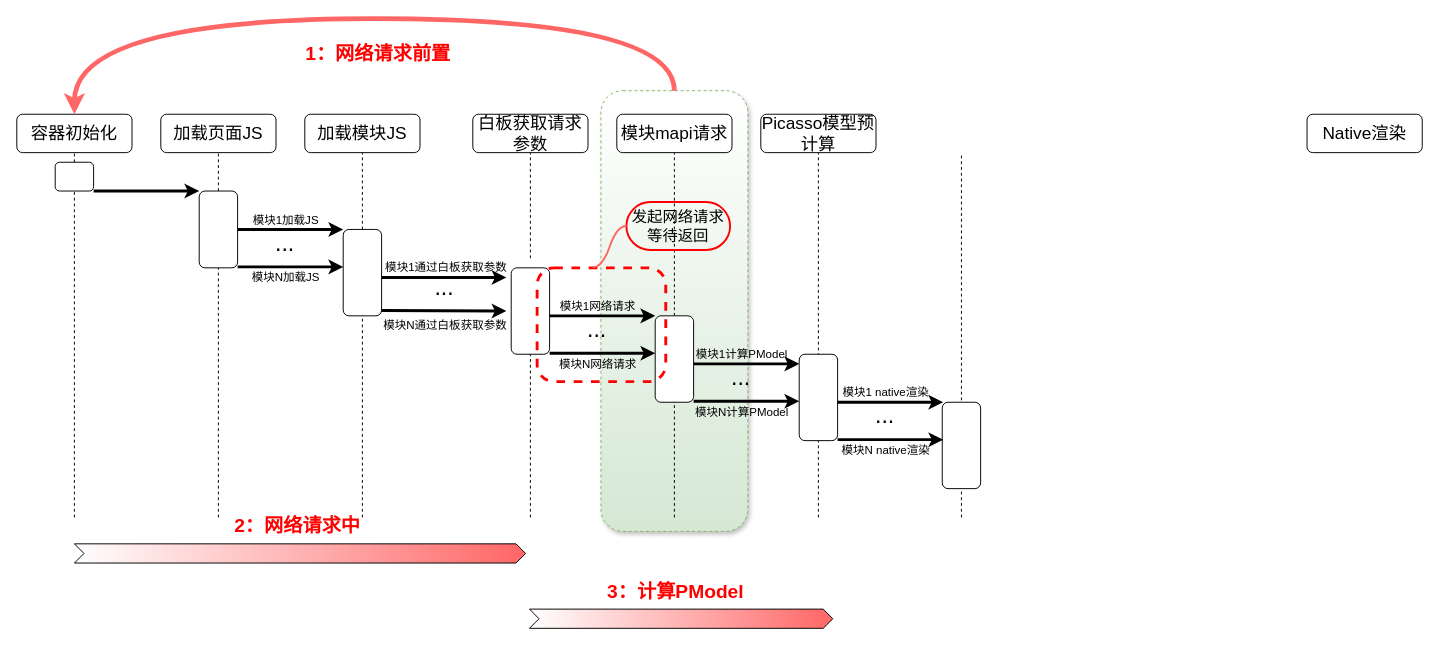
The draw.io diagram page "第 7 页" (8 of 17) of 频道首页执行流程.drawio in hpk1994/shophome, before the edit. Source tidied: cells renumbered, new cells numbered last; positions are measured from the earlier drawing's top-left corner, leaving out a move shared by most shapes. Both pictures are drawn from the tidied source at 96%, with x=0, y=0 at pixel (16, -3).
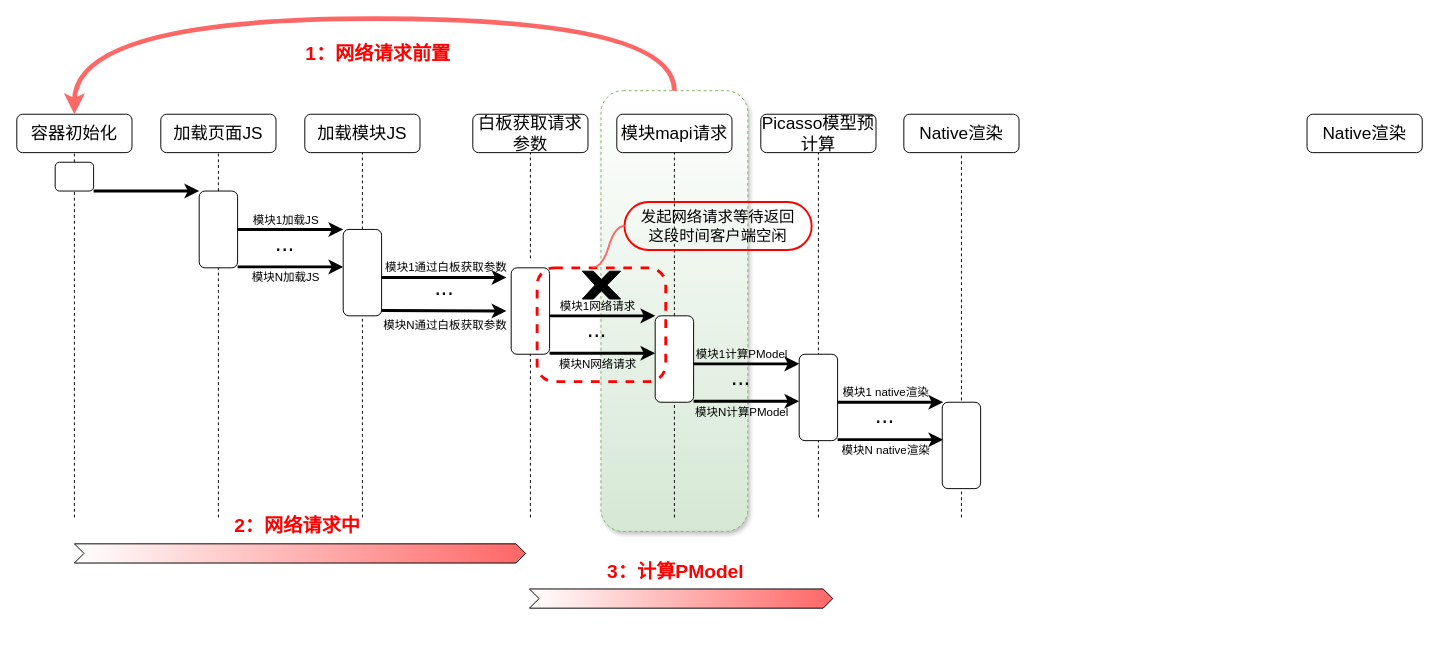
The same diagram, later.

What changed in the source:
```diff
@@
     <mxCell id="58" style="html=1;shadow=0;dashed=0;align=center;verticalAlign=middle;shape=mxgraph.arrows2.arrow;dy=0;dx=10;notch=10;strokeColor=#000000;fillColor=#FF6666;gradientColor=#ffffff;fontSize=16;gradientDirection=west;" parent="1" vertex="1">
-      <mxGeometry x="534" y="637" width="316" height="20" as="geometry" />
+      <mxGeometry x="534" y="616" width="316" height="20" as="geometry" />
     </mxCell>
@@
     <mxCell id="60" value="&lt;b&gt;&lt;font color=&quot;#ff0000&quot; style=&quot;font-size: 20px&quot;&gt;3：计算PModel&lt;/font&gt;&lt;/b&gt;" style="text;html=1;align=center;verticalAlign=middle;fontSize=16;" parent="1" vertex="1">
-      <mxGeometry x="610" y="605" width="152" height="25" as="geometry" />
+      <mxGeometry x="610" y="584" width="152" height="25" as="geometry" />
     </mxCell>
@@
-    <mxCell id="63" value="发起网络请求&lt;br&gt;等待返回" style="whiteSpace=wrap;html=1;rounded=1;arcSize=50;align=center;verticalAlign=middle;strokeWidth=2;spacing=4;shadow=0;fillColor=none;gradientColor=#ffffff;fontSize=16;strokeColor=#FF0000;" parent="1" vertex="1" collapsed="1">
-      <mxGeometry x="635" y="213" width="108" height="50" as="geometry" />
+    <mxCell id="63" value="&lt;span style=&quot;white-space: normal&quot;&gt;发起网络请求等待返回&lt;/span&gt;&lt;br style=&quot;white-space: normal&quot;&gt;&lt;span style=&quot;white-space: normal&quot;&gt;这段时间客户端空闲&lt;/span&gt;" style="whiteSpace=wrap;html=1;rounded=1;arcSize=50;align=center;verticalAlign=middle;strokeWidth=2;spacing=4;shadow=0;fillColor=none;gradientColor=#ffffff;fontSize=16;strokeColor=#FF0000;" parent="1" vertex="1" collapsed="1">
+      <mxGeometry x="633" y="213" width="195" height="50" as="geometry" />
     </mxCell>
@@
+    <mxCell id="65" value="&lt;span style=&quot;font-size: 18px&quot;&gt;Native渲染&lt;/span&gt;" style="rounded=1;whiteSpace=wrap;html=1;" parent="1" vertex="1">
+      <mxGeometry x="924" y="121.5" width="120" height="40" as="geometry" />
+    </mxCell>
+    <mxCell id="66" style="verticalLabelPosition=bottom;verticalAlign=top;html=1;shape=mxgraph.basic.x;fillColor=#000000;" parent="1" vertex="1">
+      <mxGeometry x="589" y="285" width="40" height="29" as="geometry" />
+    </mxCell>
```
